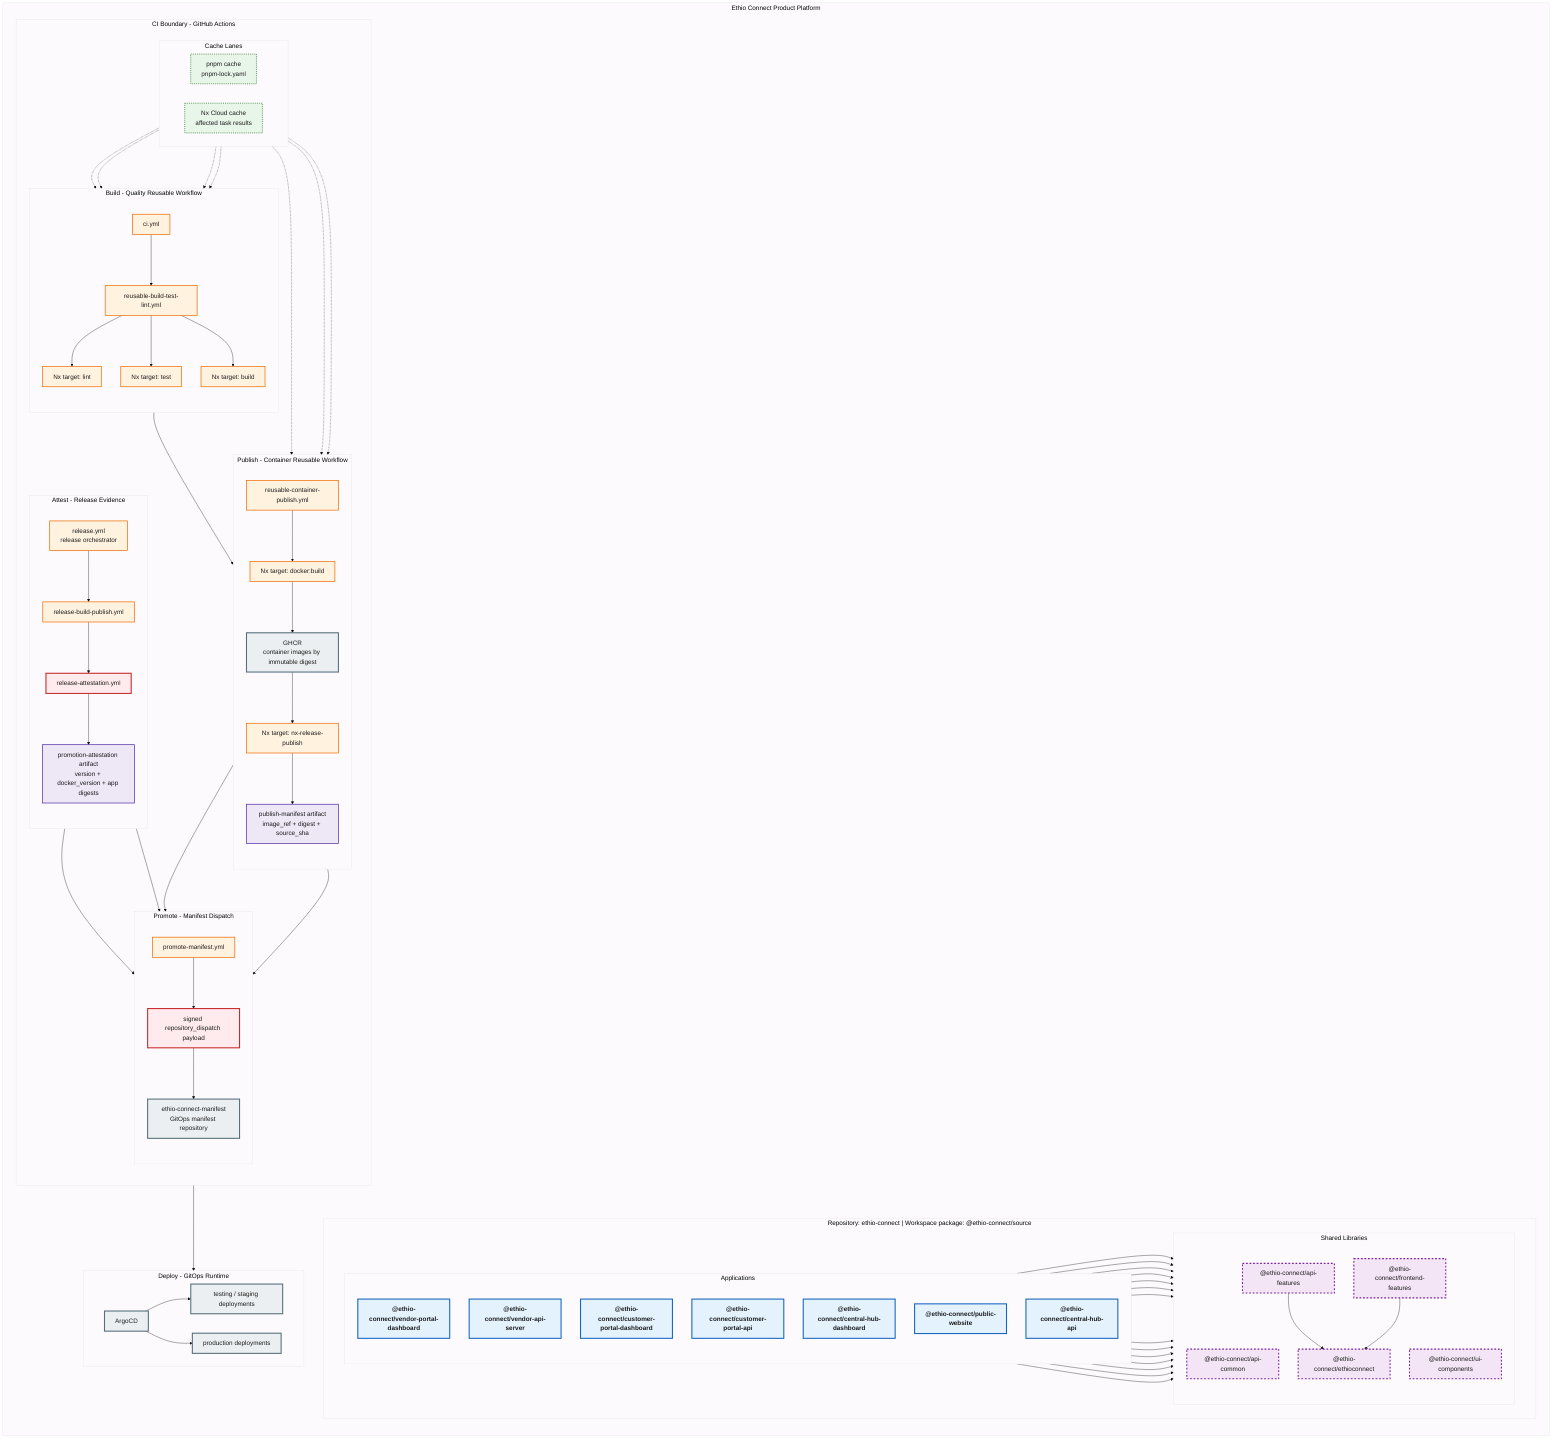
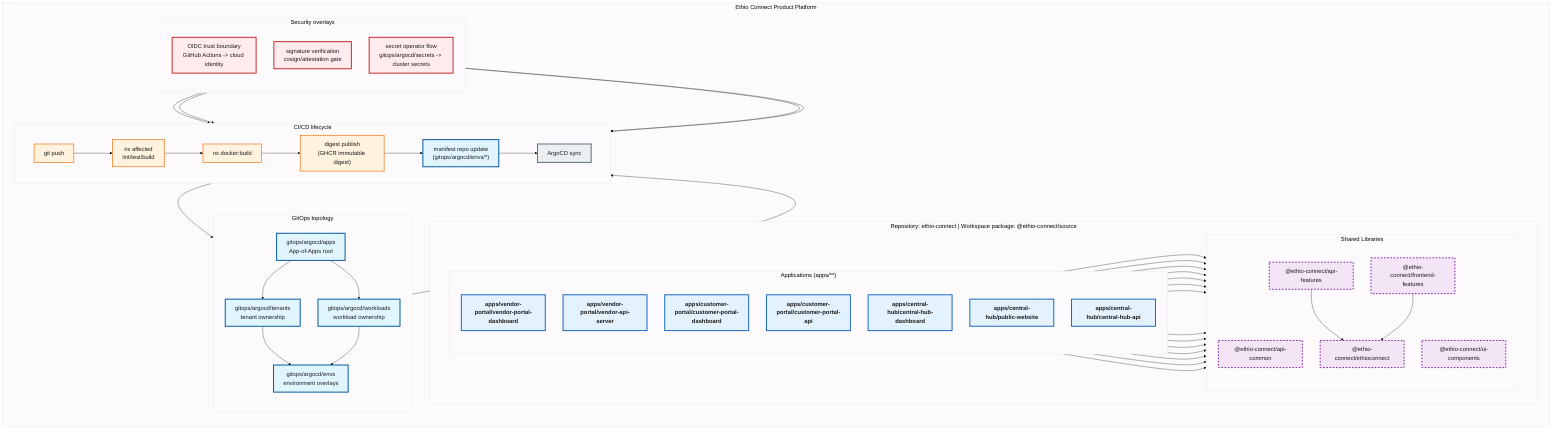
%%{init: {'theme': 'base', 'themeVariables': { 'fontSize': '18px', 'fontFamily': 'arial', 'primaryColor': '#e8f5e9', 'primaryTextColor': '#1b1b1b', 'edgeLabelBackground':'#ffffff' }, 'flowchart': {'nodeSpacing': 55, 'rankSpacing': 70}}}%%
flowchart TD
    classDef app fill:#e3f2fd,stroke:#1565c0,stroke-width:3px,font-weight:bold;
    classDef lib fill:#f3e5f5,stroke:#7b1fa2,stroke-width:3px,stroke-dasharray: 5 5;
    classDef ci fill:#fff3e0,stroke:#ef6c00,stroke-width:2px;
    classDef infra fill:#eceff1,stroke:#546e7a,stroke-width:3px;
    classDef security fill:#ffebee,stroke:#c62828,stroke-width:3px;
    classDef cache fill:#e8f5e9,stroke:#2e7d32,stroke-width:2px,stroke-dasharray: 3 3;
    classDef artifact fill:#ede7f6,stroke:#512da8,stroke-width:2px;
+     classDef gitops fill:#e1f5fe,stroke:#01579b,stroke-width:3px;

    subgraph Product["Ethio Connect Product Platform"]
        direction TB

        subgraph Repository["Repository: ethio-connect | Workspace package: @ethio-connect/source"]
            direction LR

-             subgraph Apps["Applications"]
+             subgraph Apps["Applications (apps/**)"]
                direction TB
-                 VendorDash["@ethio-connect/vendor-portal-dashboard"]:::app
-                 VendorApi["@ethio-connect/vendor-api-server"]:::app
-                 CustomerDash["@ethio-connect/customer-portal-dashboard"]:::app
-                 CustomerApi["@ethio-connect/customer-portal-api"]:::app
-                 HubDash["@ethio-connect/central-hub-dashboard"]:::app
-                 HubPublic["@ethio-connect/public-website"]:::app
-                 HubApi["@ethio-connect/central-hub-api"]:::app
+                 VendorDash["apps/vendor-portal/vendor-portal-dashboard"]:::app
+                 VendorApi["apps/vendor-portal/vendor-api-server"]:::app
+                 CustomerDash["apps/customer-portal/customer-portal-dashboard"]:::app
+                 CustomerApi["apps/customer-portal/customer-portal-api"]:::app
+                 HubDash["apps/central-hub/central-hub-dashboard"]:::app
+                 PublicWebsite["apps/central-hub/public-website"]:::app
+                 HubApi["apps/central-hub/central-hub-api"]:::app
            end

            subgraph Libs["Shared Libraries"]
                direction TB
                ApiCommon["@ethio-connect/api-common"]:::lib
                ApiFeatures["@ethio-connect/api-features"]:::lib
                ProductLib["@ethio-connect/ethioconnect"]:::lib
                FrontendFeatures["@ethio-connect/frontend-features"]:::lib
                UiComponents["@ethio-connect/ui-components"]:::lib
            end
        end

-         subgraph CI["CI Boundary - GitHub Actions"]
-             direction TB
- 
-             subgraph CacheLane["Cache Lanes"]
-                 direction LR
-                 PnpmCache["pnpm cache\npnpm-lock.yaml"]:::cache
-                 NxCloudCache["Nx Cloud cache\naffected task results"]:::cache
-             end
- 
-             subgraph Build["Build - Quality Reusable Workflow"]
-                 direction TB
-                 CIWorkflow["ci.yml"]:::ci
-                 QualityWorkflow["reusable-build-test-lint.yml"]:::ci
-                 NxLint["Nx target: lint"]:::ci
-                 NxTest["Nx target: test"]:::ci
-                 NxBuild["Nx target: build"]:::ci
-             end
- 
-             subgraph Publish["Publish - Container Reusable Workflow"]
-                 direction TB
-                 ContainerWorkflow["reusable-container-publish.yml"]:::ci
-                 DockerBuild["Nx target: docker:build"]:::ci
-                 NxReleasePublish["Nx target: nx-release-publish"]:::ci
-                 GHCR["GHCR\ncontainer images by immutable digest"]:::infra
-                 PublishManifest["publish-manifest artifact\nimage_ref + digest + source_sha"]:::artifact
-             end
- 
-             subgraph Attest["Attest - Release Evidence"]
-                 direction TB
-                 ReleaseWorkflow["release.yml\nrelease orchestrator"]:::ci
-                 ReleaseBuildPublish["release-build-publish.yml"]:::ci
-                 ReleaseAttestation["release-attestation.yml"]:::security
-                 PromotionAttestation["promotion-attestation artifact\nversion + docker_version + app digests"]:::artifact
-             end
- 
-             subgraph Promote["Promote - Manifest Dispatch"]
-                 direction TB
-                 PromoteManifest["promote-manifest.yml"]:::ci
-                 SignedDispatch["signed repository_dispatch payload"]:::security
-                 ManifestRepo["ethio-connect-manifest\nGitOps manifest repository"]:::infra
-             end
+         subgraph CICD["CI/CD lifecycle"]
+             direction LR
+             GitPush["git push"]:::ci
+             NxAffected["nx affected\nlint/test/build"]:::ci
+             DockerBuild["nx docker:build"]:::ci
+             DigestPublish["digest publish\n(GHCR immutable digest)"]:::ci
+             ManifestUpdate["manifest repo update\n(gitops/argocd/envs/*)"]:::gitops
+             ArgoSync["ArgoCD sync"]:::infra
        end

-         subgraph Deploy["Deploy - GitOps Runtime"]
-             direction LR
-             ArgoCD["ArgoCD"]:::infra
-             NonProd["testing / staging deployments"]:::infra
-             Production["production deployments"]:::infra
+         subgraph GitOps["GitOps topology"]
+             direction TB
+             AppOfApps["gitops/argocd/apps\nApp-of-Apps root"]:::gitops
+             Tenants["gitops/argocd/tenants\ntenant ownership"]:::gitops
+             Workloads["gitops/argocd/workloads\nworkload ownership"]:::gitops
+             Envs["gitops/argocd/envs\nenvironment overlays"]:::gitops
+         end
+ 
+         subgraph Security["Security overlays"]
+             direction TB
+             OIDC["OIDC trust boundary\nGitHub Actions -> cloud identity"]:::security
+             VerifySignatures["signature verification\ncosign/attestation gate"]:::security
+             SecretFlow["secret operator flow\ngitops/argocd/secrets -> cluster secrets"]:::security
        end
    end

    VendorDash --> FrontendFeatures
    VendorDash --> UiComponents
    CustomerDash --> FrontendFeatures
    CustomerDash --> UiComponents
    HubDash --> FrontendFeatures
    HubDash --> UiComponents
-     HubPublic --> FrontendFeatures
-     HubPublic --> UiComponents
+     PublicWebsite --> FrontendFeatures
+     PublicWebsite --> UiComponents
    VendorApi --> ApiCommon
    VendorApi --> ApiFeatures
    CustomerApi --> ApiCommon
    CustomerApi --> ApiFeatures
    HubApi --> ApiCommon
    HubApi --> ApiFeatures
    ApiFeatures --> ProductLib
    FrontendFeatures --> ProductLib

-     CIWorkflow --> QualityWorkflow
-     QualityWorkflow --> NxLint
-     QualityWorkflow --> NxTest
-     QualityWorkflow --> NxBuild
-     PnpmCache -.-> QualityWorkflow
-     NxCloudCache -.-> NxLint
-     NxCloudCache -.-> NxTest
-     NxCloudCache -.-> NxBuild
+     GitPush --> NxAffected --> DockerBuild --> DigestPublish --> ManifestUpdate --> ArgoSync

-     CIWorkflow --> ContainerWorkflow
-     ContainerWorkflow --> DockerBuild
-     DockerBuild --> GHCR
-     GHCR --> NxReleasePublish
-     NxReleasePublish --> PublishManifest
-     PnpmCache -.-> ContainerWorkflow
-     NxCloudCache -.-> DockerBuild
-     NxCloudCache -.-> NxReleasePublish
+     DigestPublish --> AppOfApps
+     AppOfApps --> Tenants
+     AppOfApps --> Workloads
+     Tenants --> Envs
+     Workloads --> Envs
+     Envs --> ArgoSync

-     ReleaseWorkflow --> ReleaseBuildPublish
-     ReleaseBuildPublish --> ReleaseAttestation
-     ReleaseAttestation --> PromotionAttestation
-     ReleaseWorkflow --> PromoteManifest
-     PromotionAttestation --> PromoteManifest
-     GHCR --> PromoteManifest
-     PromoteManifest --> SignedDispatch
-     SignedDispatch --> ManifestRepo
-     PublishManifest --> ManifestRepo
-     ManifestRepo --> ArgoCD
-     ArgoCD --> NonProd
-     ArgoCD --> Production
+     OIDC --> NxAffected
+     OIDC --> DockerBuild
+     VerifySignatures --> ManifestUpdate
+     SecretFlow --> ArgoSync
